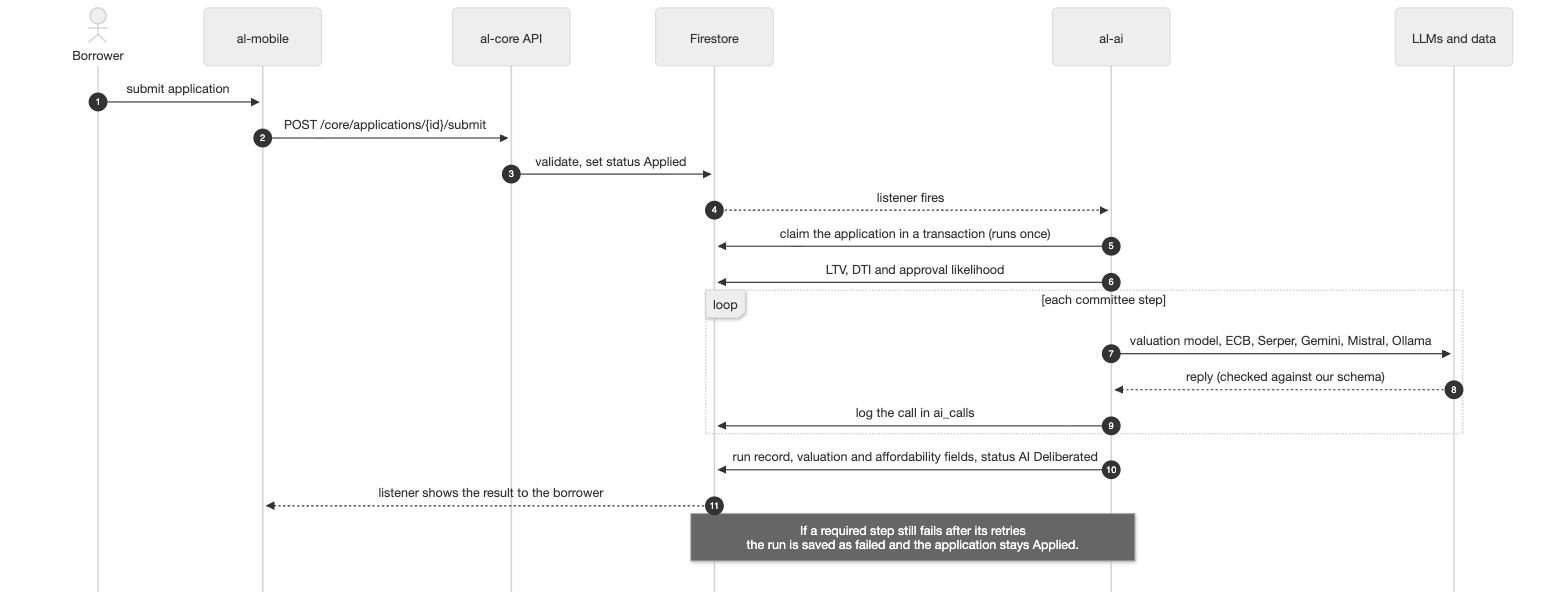
Earlier version of the Mermaid export docs/diagrams/03-flow-submit-ai-review.png (CS3-Agentic-Lender/agentic-lender). Its source is kept beside it as docs/diagrams/03-flow-submit-ai-review.mmd. Its diagram source:
```mermaid
sequenceDiagram
  autonumber
  actor B as Borrower
  participant M as al-mobile
  participant C as al-core API
  participant FS as Firestore
  participant AI as al-ai
  participant X as LLMs and data
  B->>M: submit application
  M->>C: POST /core/applications/{id}/submit
  C->>FS: validate, set status Applied
  FS-->>AI: listener fires
  AI->>FS: claim the application in a transaction (runs once)
  AI->>FS: LTV, DTI and approval likelihood
  loop each committee step
    AI->>X: valuation model, ECB, Serper, Gemini, Groq, Ollama
    X-->>AI: reply (checked against our schema)
    AI->>FS: log the call in ai_calls
  end
  AI->>FS: run record, valuation and affordability fields, status AI Deliberated
  FS-->>M: listener shows the result to the borrower
  Note over AI,FS: If a required step still fails after its retries<br/>the run is saved as failed and the application stays Applied.
```
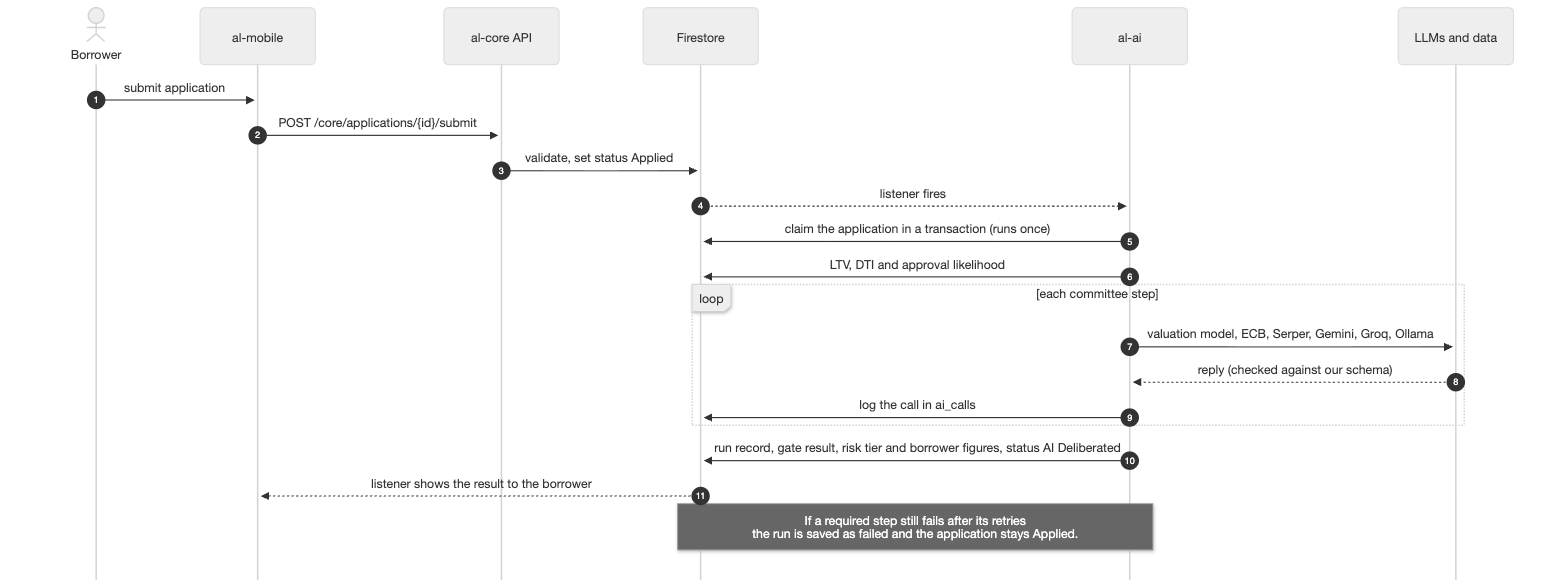
After the change.

Diff of the diagram source:
```diff
@@ -17,6 +17,6 @@
     X-->>AI: reply (checked against our schema)
     AI->>FS: log the call in ai_calls
   end
-  AI->>FS: run record, valuation and affordability fields, status AI Deliberated
+  AI->>FS: run record, gate result, risk tier and borrower figures, status AI Deliberated
   FS-->>M: listener shows the result to the borrower
   Note over AI,FS: If a required step still fails after its retries<br/>the run is saved as failed and the application stays Applied.
```
